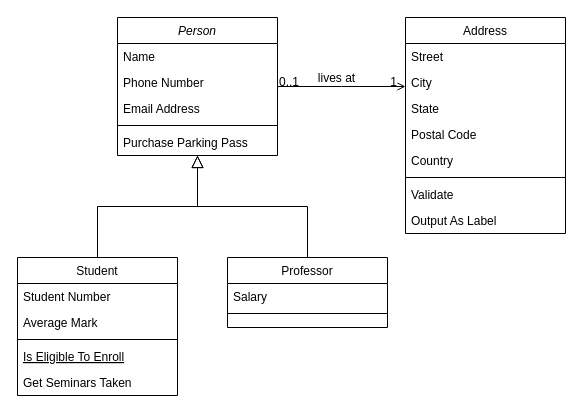
This is Untitled Diagram.drawio from TeenI126/CSC207DuckGum, a draw.io file, before an edit. Source tidied: cells renumbered, new cells numbered last; positions are measured from the earlier drawing's top-left corner, leaving out a move shared by most shapes. Both pictures are drawn from the tidied source at 100%, with x=0, y=0 at pixel (17, 17).
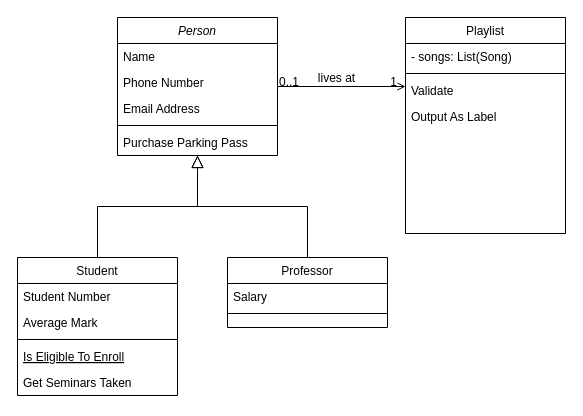
After the change.

Diff of the diagram source:
```diff
@@
-    <mxCell id="19" value="Address" style="swimlane;fontStyle=0;align=center;verticalAlign=top;horizontal=1;startSize=26;rounded=0;shadow=0;strokeWidth=1;" parent="1" vertex="1">
+    <mxCell id="19" value="Playlist" style="swimlane;fontStyle=0;align=center;verticalAlign=top;horizontal=1;startSize=26;rounded=0;shadow=0;strokeWidth=1;" parent="1" vertex="1">
       <mxGeometry x="388" width="160" height="216" as="geometry" />
     </mxCell>
-    <mxCell id="20" value="Street" style="text;align=left;verticalAlign=top;spacingLeft=4;spacingRight=4;overflow=hidden;" parent="19" vertex="1">
+    <mxCell id="20" value="- songs: List(Song)" style="text;align=left;verticalAlign=top;spacingLeft=4;spacingRight=4;overflow=hidden;" parent="19" vertex="1">
       <mxGeometry y="26" width="160" height="26" as="geometry" />
     </mxCell>
-    <mxCell id="21" value="City" style="text;align=left;verticalAlign=top;spacingLeft=4;spacingRight=4;overflow=hidden;rounded=0;shadow=0;html=0;" parent="19" vertex="1">
-      <mxGeometry y="52" width="160" height="26" as="geometry" />
-    </mxCell>
-    <mxCell id="22" value="State" style="text;align=left;verticalAlign=top;spacingLeft=4;spacingRight=4;overflow=hidden;rounded=0;shadow=0;html=0;" parent="19" vertex="1">
-      <mxGeometry y="78" width="160" height="26" as="geometry" />
-    </mxCell>
-    <mxCell id="23" value="Postal Code" style="text;align=left;verticalAlign=top;spacingLeft=4;spacingRight=4;overflow=hidden;rounded=0;shadow=0;html=0;" parent="19" vertex="1">
-      <mxGeometry y="104" width="160" height="26" as="geometry" />
-    </mxCell>
-    <mxCell id="24" value="Country" style="text;align=left;verticalAlign=top;spacingLeft=4;spacingRight=4;overflow=hidden;rounded=0;shadow=0;html=0;" parent="19" vertex="1">
-      <mxGeometry y="130" width="160" height="26" as="geometry" />
-    </mxCell>
     <mxCell id="25" style="line;html=1;strokeWidth=1;align=left;verticalAlign=middle;spacingTop=-1;spacingLeft=3;spacingRight=3;labelPosition=right;" parent="19" vertex="1">
-      <mxGeometry y="156" width="160" height="8" as="geometry" />
+      <mxGeometry y="52" width="160" height="8" as="geometry" />
     </mxCell>
     <mxCell id="26" value="Validate" style="text;align=left;verticalAlign=top;spacingLeft=4;spacingRight=4;overflow=hidden;" parent="19" vertex="1">
-      <mxGeometry y="164" width="160" height="26" as="geometry" />
+      <mxGeometry y="60" width="160" height="26" as="geometry" />
     </mxCell>
     <mxCell id="27" value="Output As Label" style="text;align=left;verticalAlign=top;spacingLeft=4;spacingRight=4;overflow=hidden;" parent="19" vertex="1">
-      <mxGeometry y="190" width="160" height="26" as="geometry" />
+      <mxGeometry y="86" width="160" height="26" as="geometry" />
     </mxCell>
```
